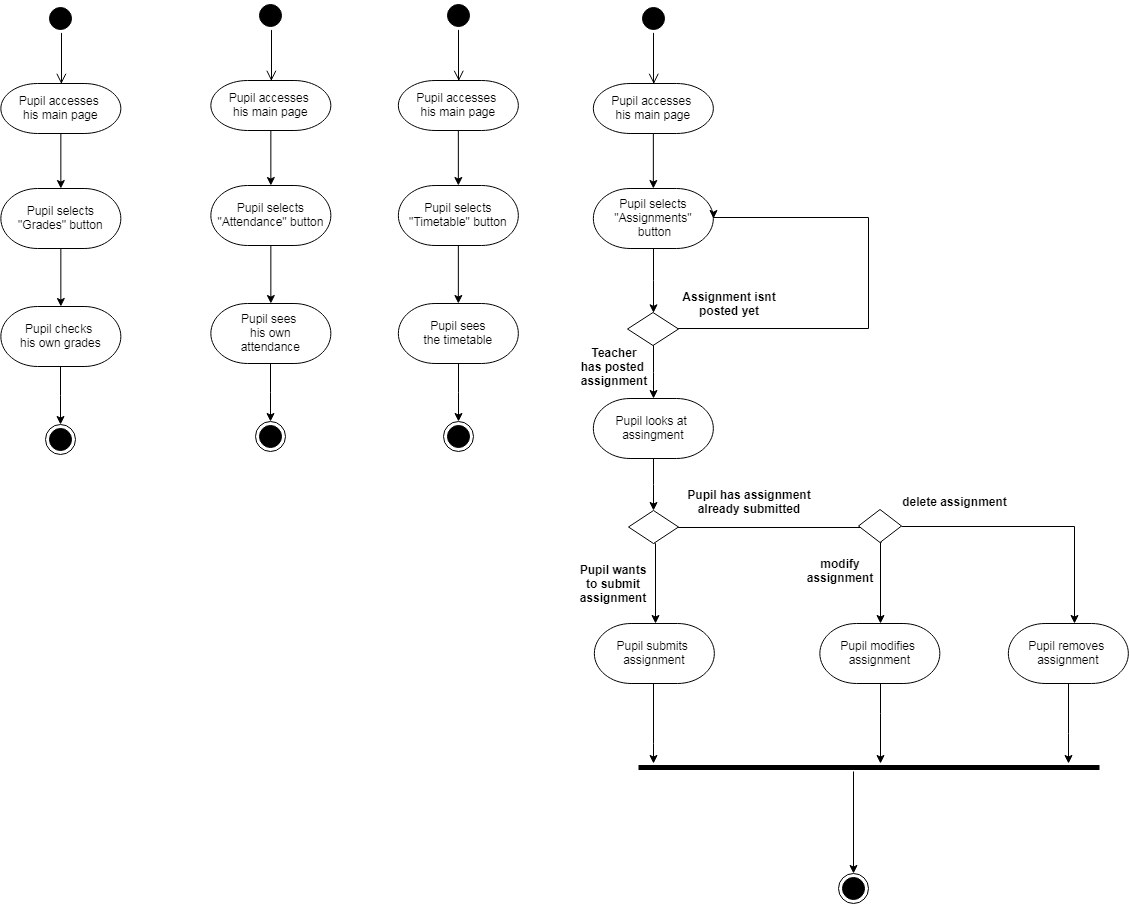
This is Diagrams/Activity Diagrams/Pupils.png from esmoqi16/TMS, a draw.io export, as it was before one commit. Source tidied: cells renumbered, new cells last; positions are measured from the earlier drawing's top-left corner, leaving out a move shared by most shapes.
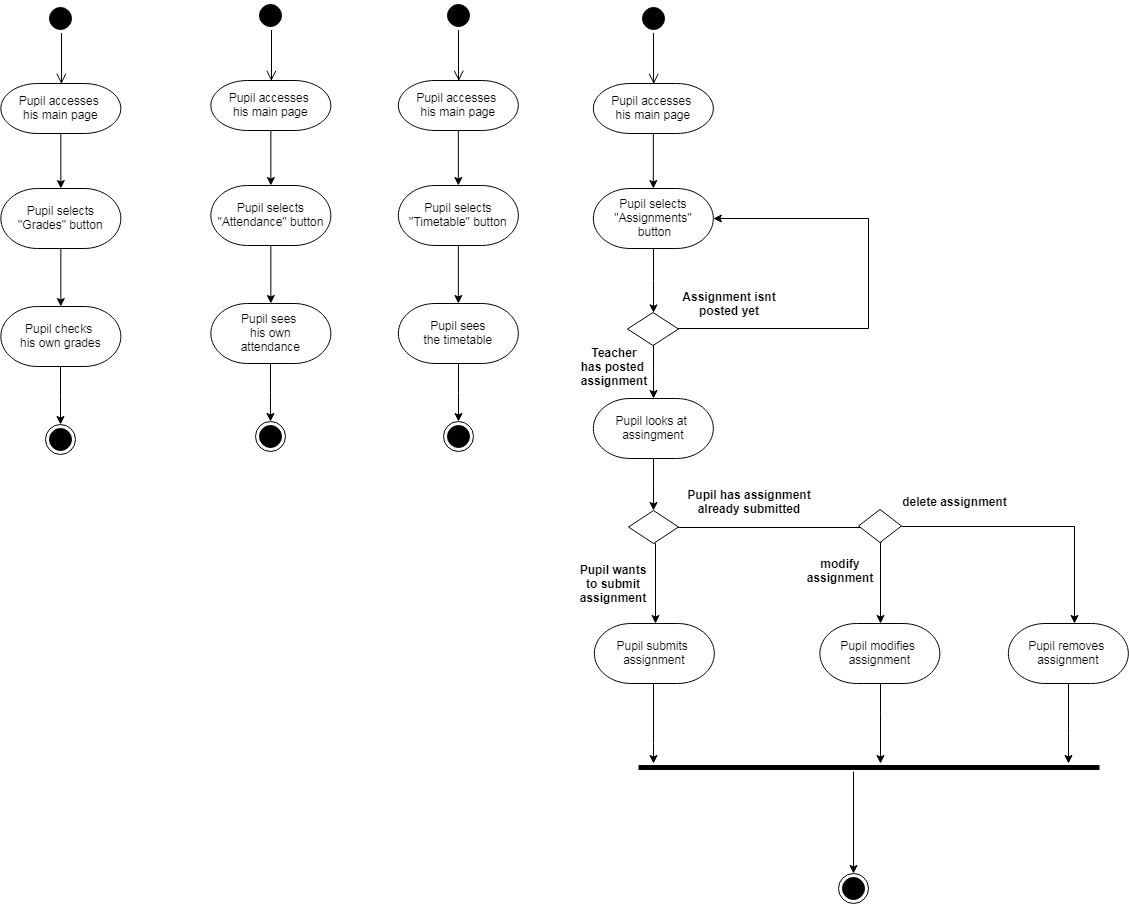
Above is the later version.

Diff of the diagram source:
```diff
@@ -124,11 +124,11 @@
     <mxCell id="36" style="ellipse;html=1;shape=endState;fillColor=#000000;strokeColor=#000000;" parent="1" vertex="1">
       <mxGeometry x="838.4" y="872.7" width="30" height="30" as="geometry" />
     </mxCell>
-    <mxCell id="37" style="edgeStyle=orthogonalEdgeStyle;rounded=0;jettySize=auto;html=1;endArrow=classic;endFill=1;strokeColor=#000000;entryX=1;entryY=0.5;entryDx=0;entryDy=0;entryPerimeter=0;" parent="1" edge="1" source="39" target="33">
+    <mxCell id="37" style="edgeStyle=orthogonalEdgeStyle;rounded=0;jettySize=auto;html=1;endArrow=classic;endFill=1;strokeColor=#000000;" parent="1" edge="1" source="39" target="33">
       <mxGeometry relative="1" as="geometry">
         <Array as="points">
           <mxPoint x="868" y="328" />
-          <mxPoint x="868" y="217" />
+          <mxPoint x="868" y="218" />
         </Array>
       </mxGeometry>
     </mxCell>
```
